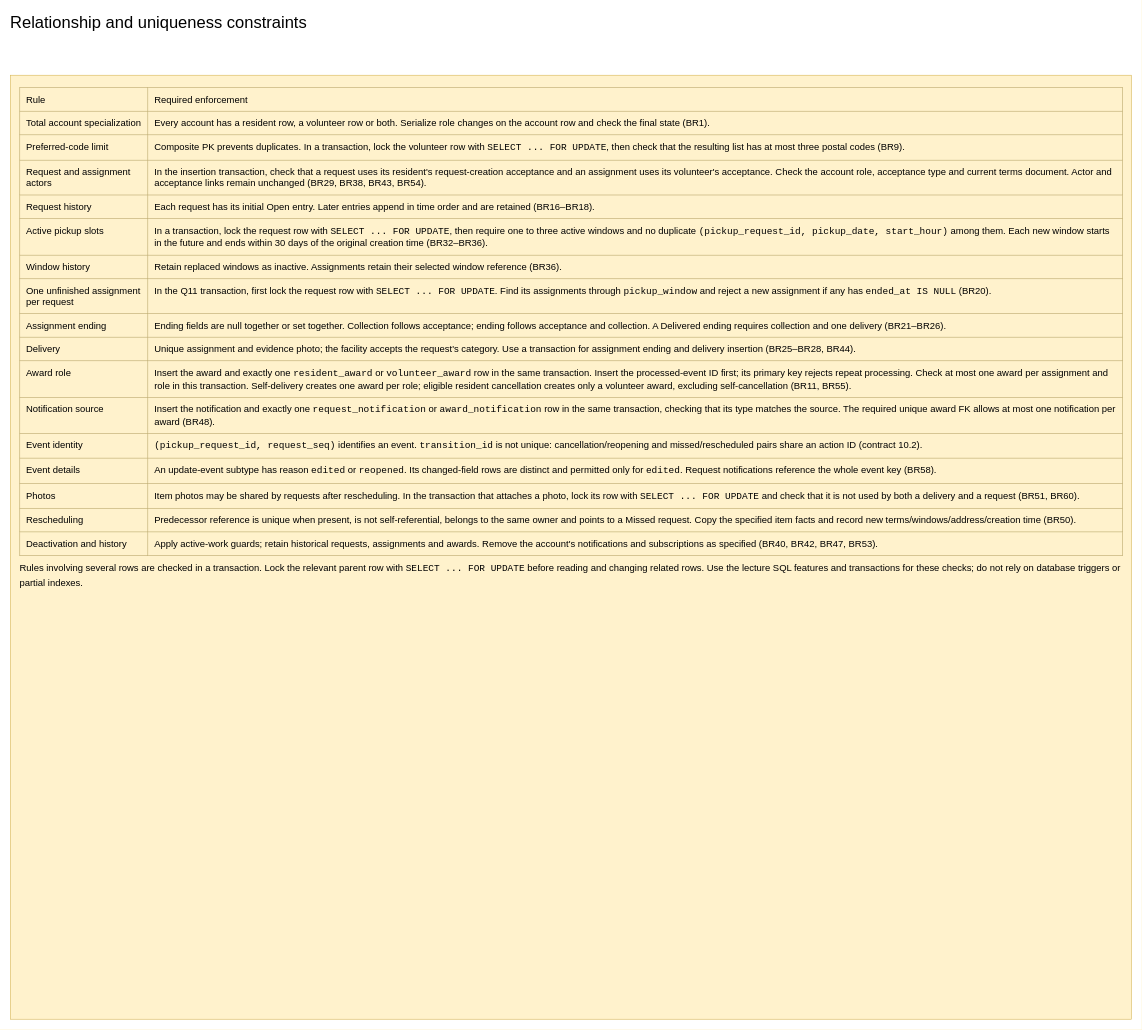
The draw.io diagram page "Relationship and uniqueness constraints" (5 of 6) of docs/Final Submission/ENSF608/2. Logical model/Logical Database Model.drawio in dannydufau/ecocollect, before the edit. Source tidied: cells renumbered, new cells numbered last; positions are measured from the earlier drawing's top-left corner, leaving out a move shared by most shapes. Both pictures are drawn from the tidied source at 59%, with x=0, y=0 at pixel (10, 10).
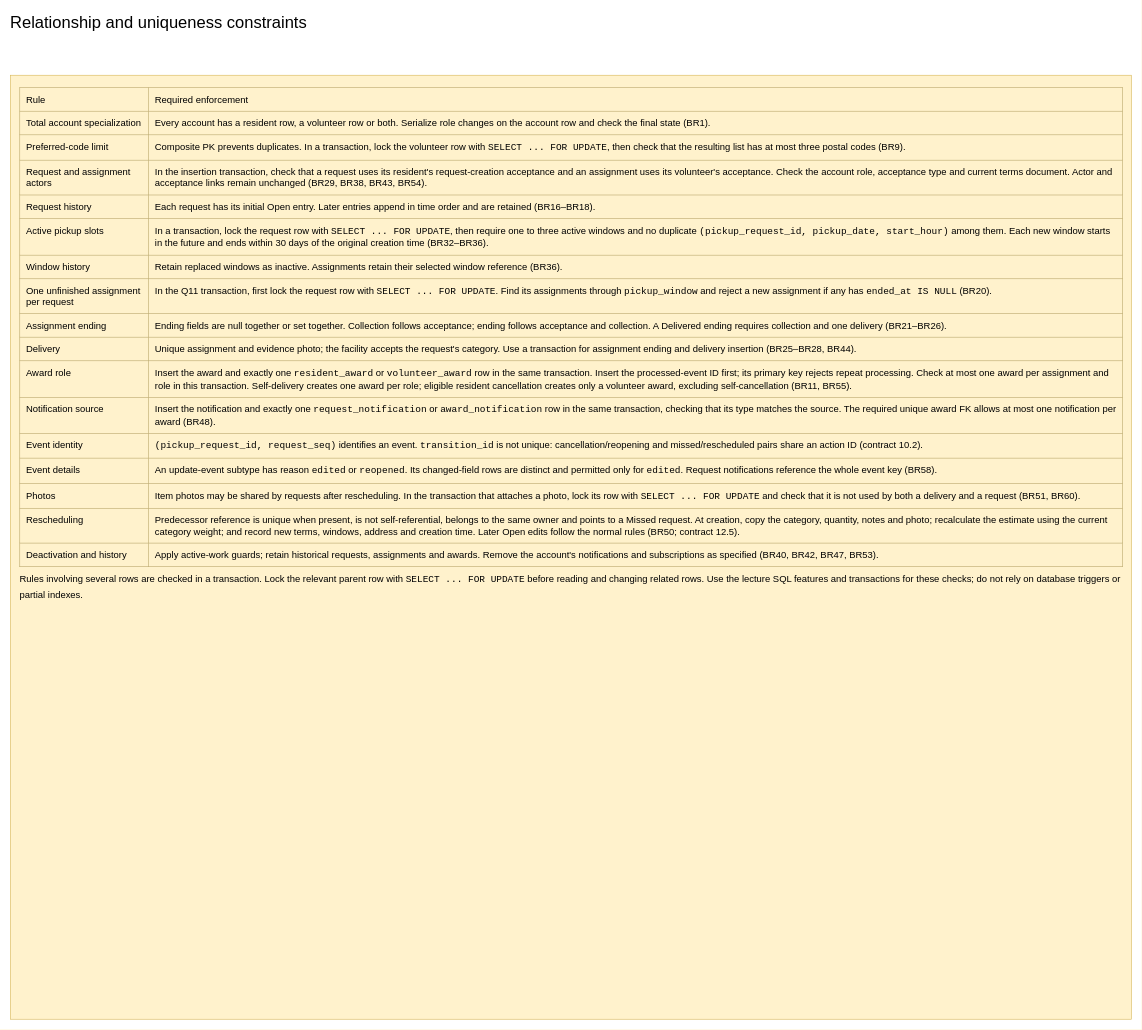
The same diagram, later.

Commit message (it also covers changes not shown here):
docs: align physical checks and evidence with the database contract

What changed in the source:
```diff
@@
 <mxGraphModel>
   <root>
     <mxCell id="0" />
     <mxCell id="1" parent="0" />
     <mxCell id="2" value="Relationship and uniqueness constraints" style="text;html=1;whiteSpace=wrap;align=left;verticalAlign=top;fontFamily=Helvetica;fontSize=28;fontColor=#000000;spacing=0;" parent="1" vertex="1">
       <mxGeometry width="1850" height="70" as="geometry" />
     </mxCell>
-    <mxCell id="3" value="&lt;table style=&quot;width:100%;border-collapse:collapse;font-size:16px&quot;&gt;&lt;tr&gt;&lt;td style=&quot;border:1px solid #b9a76c;padding:10px;vertical-align:top&quot;&gt;Rule&lt;/td&gt;&lt;td style=&quot;border:1px solid #b9a76c;padding:10px;vertical-align:top&quot;&gt;Required enforcement&lt;/td&gt;&lt;/tr&gt;&lt;tr&gt;&lt;td style=&quot;border:1px solid #b9a76c;padding:10px;vertical-align:top&quot;&gt;Total account specialization&lt;/td&gt;&lt;td style=&quot;border:1px solid #b9a76c;padding:10px;vertical-align:top&quot;&gt;Every account has a resident row, a volunteer row or both. Serialize role changes on the account row and check the final state (BR1).&lt;/td&gt;&lt;/tr&gt;&lt;tr&gt;&lt;td style=&quot;border:1px solid #b9a76c;padding:10px;vertical-align:top&quot;&gt;Preferred-code limit&lt;/td&gt;&lt;td style=&quot;border:1px solid #b9a76c;padding:10px;vertical-align:top&quot;&gt;Composite PK prevents duplicates. In a transaction, lock the volunteer row with &lt;code&gt;SELECT ... FOR UPDATE&lt;/code&gt;, then check that the resulting list has at most three postal codes (BR9).&lt;/td&gt;&lt;/tr&gt;&lt;tr&gt;&lt;td style=&quot;border:1px solid #b9a76c;padding:10px;vertical-align:top&quot;&gt;Request and assignment actors&lt;/td&gt;&lt;td style=&quot;border:1px solid #b9a76c;padding:10px;vertical-align:top&quot;&gt;In the insertion transaction, check that a request uses its resident&amp;#x27;s request-creation acceptance and an assignment uses its volunteer&amp;#x27;s acceptance. Check the account role, acceptance type and current terms document. Actor and acceptance links remain unchanged (BR29, BR38, BR43, BR54).&lt;/td&gt;&lt;/tr&gt;&lt;tr&gt;&lt;td style=&quot;border:1px solid #b9a76c;padding:10px;vertical-align:top&quot;&gt;Request history&lt;/td&gt;&lt;td style=&quot;border:1px solid #b9a76c;padding:10px;vertical-align:top&quot;&gt;Each request has its initial Open entry. Later entries append in time order and are retained (BR16–BR18).&lt;/td&gt;&lt;/tr&gt;&lt;tr&gt;&lt;td style=&quot;border:1px solid #b9a76c;padding:10px;vertical-align:top&quot;&gt;Active pickup slots&lt;/td&gt;&lt;td style=&quot;border:1px solid #b9a76c;padding:10px;vertical-align:top&quot;&gt;In a transaction, lock the request row with &lt;code&gt;SELECT ... FOR UPDATE&lt;/code&gt;, then require one to three active windows and no duplicate &lt;code&gt;(pickup_request_id, pickup_date, start_hour)&lt;/code&gt; among them. Each new window starts in the future and ends within 30 days of the original creation time (BR32–BR36).&lt;/td&gt;&lt;/tr&gt;&lt;tr&gt;&lt;td style=&quot;border:1px solid #b9a76c;padding:10px;vertical-align:top&quot;&gt;Window history&lt;/td&gt;&lt;td style=&quot;border:1px solid #b9a76c;padding:10px;vertical-align:top&quot;&gt;Retain replaced windows as inactive. Assignments retain their selected window reference (BR36).&lt;/td&gt;&lt;/tr&gt;&lt;tr&gt;&lt;td style=&quot;border:1px solid #b9a76c;padding:10px;vertical-align:top&quot;&gt;One unfinished assignment per request&lt;/td&gt;&lt;td style=&quot;border:1px solid #b9a76c;padding:10px;vertical-align:top&quot;&gt;In the Q11 transaction, first lock the request row with &lt;code&gt;SELECT ... FOR UPDATE&lt;/code&gt;. Find its assignments through &lt;code&gt;pickup_window&lt;/code&gt; and reject a new assignment if any has &lt;code&gt;ended_at IS NULL&lt;/code&gt; (BR20).&lt;/td&gt;&lt;/tr&gt;&lt;tr&gt;&lt;td style=&quot;border:1px solid #b9a76c;padding:10px;vertical-align:top&quot;&gt;Assignment ending&lt;/td&gt;&lt;td style=&quot;border:1px solid #b9a76c;padding:10px;vertical-align:top&quot;&gt;Ending fields are null together or set together. Collection follows acceptance; ending follows acceptance and collection. A Delivered ending requires collection and one delivery (BR21–BR26).&lt;/td&gt;&lt;/tr&gt;&lt;tr&gt;&lt;td style=&quot;border:1px solid #b9a76c;padding:10px;vertical-align:top&quot;&gt;Delivery&lt;/td&gt;&lt;td style=&quot;border:1px solid #b9a76c;padding:10px;vertical-align:top&quot;&gt;Unique assignment and evidence photo; the facility accepts the request&amp;#x27;s category. Use a transaction for assignment ending and delivery insertion (BR25–BR28, BR44).&lt;/td&gt;&lt;/tr&gt;&lt;tr&gt;&lt;td style=&quot;border:1px solid #b9a76c;padding:10px;vertical-align:top&quot;&gt;Award role&lt;/td&gt;&lt;td style=&quot;border:1px solid #b9a76c;padding:10px;vertical-align:top&quot;&gt;Insert the award and exactly one &lt;code&gt;resident_award&lt;/code&gt; or &lt;code&gt;volunteer_award&lt;/code&gt; row in the same transaction. Insert the processed-event ID first; its primary key rejects repeat processing. Check at most one award per assignment and role in this transaction. Self-delivery creates one award per role; eligible resident cancellation creates only a volunteer award, excluding self-cancellation (BR11, BR55).&lt;/td&gt;&lt;/tr&gt;&lt;tr&gt;&lt;td style=&quot;border:1px solid #b9a76c;padding:10px;vertical-align:top&quot;&gt;Notification source&lt;/td&gt;&lt;td style=&quot;border:1px solid #b9a76c;padding:10px;vertical-align:top&quot;&gt;Insert the notification and exactly one &lt;code&gt;request_notification&lt;/code&gt; or &lt;code&gt;award_notification&lt;/code&gt; row in the same transaction, checking that its type matches the source. The required unique award FK allows at most one notification per award (BR48).&lt;/td&gt;&lt;/tr&gt;&lt;tr&gt;&lt;td style=&quot;border:1px solid #b9a76c;padding:10px;vertical-align:top&quot;&gt;Event identity&lt;/td&gt;&lt;td style=&quot;border:1px solid #b9a76c;padding:10px;vertical-align:top&quot;&gt;&lt;code&gt;(pickup_request_id, request_seq)&lt;/code&gt; identifies an event. &lt;code&gt;transition_id&lt;/code&gt; is not unique: cancellation/reopening and missed/rescheduled pairs share an action ID (contract 10.2).&lt;/td&gt;&lt;/tr&gt;&lt;tr&gt;&lt;td style=&quot;border:1px solid #b9a76c;padding:10px;vertical-align:top&quot;&gt;Event details&lt;/td&gt;&lt;td style=&quot;border:1px solid #b9a76c;padding:10px;vertical-align:top&quot;&gt;An update-event subtype has reason &lt;code&gt;edited&lt;/code&gt; or &lt;code&gt;reopened&lt;/code&gt;. Its changed-field rows are distinct and permitted only for &lt;code&gt;edited&lt;/code&gt;. Request notifications reference the whole event key (BR58).&lt;/td&gt;&lt;/tr&gt;&lt;tr&gt;&lt;td style=&quot;border:1px solid #b9a76c;padding:10px;vertical-align:top&quot;&gt;Photos&lt;/td&gt;&lt;td style=&quot;border:1px solid #b9a76c;padding:10px;vertical-align:top&quot;&gt;Item photos may be shared by requests after rescheduling. In the transaction that attaches a photo, lock its row with &lt;code&gt;SELECT ... FOR UPDATE&lt;/code&gt; and check that it is not used by both a delivery and a request (BR51, BR60).&lt;/td&gt;&lt;/tr&gt;&lt;tr&gt;&lt;td style=&quot;border:1px solid #b9a76c;padding:10px;vertical-align:top&quot;&gt;Rescheduling&lt;/td&gt;&lt;td style=&quot;border:1px solid #b9a76c;padding:10px;vertical-align:top&quot;&gt;Predecessor reference is unique when present, is not self-referential, belongs to the same owner and points to a Missed request. Copy the specified item facts and record new terms/windows/address/creation time (BR50).&lt;/td&gt;&lt;/tr&gt;&lt;tr&gt;&lt;td style=&quot;border:1px solid #b9a76c;padding:10px;vertical-align:top&quot;&gt;Deactivation and history&lt;/td&gt;&lt;td style=&quot;border:1px solid #b9a76c;padding:10px;vertical-align:top&quot;&gt;Apply active-work guards; retain historical requests, assignments and awards. Remove the account&amp;#x27;s notifications and subscriptions as specified (BR40, BR42, BR47, BR53).&lt;/td&gt;&lt;/tr&gt;&lt;/table&gt;&lt;p style=&quot;line-height:1.45;margin:9px 0&quot;&gt;Rules involving several rows are checked in a transaction. Lock the relevant parent row with &lt;code&gt;SELECT ... FOR UPDATE&lt;/code&gt; before reading and changing related rows. Use the lecture SQL features and transactions for these checks; do not rely on database triggers or partial indexes.&lt;/p&gt;" style="whiteSpace=wrap;html=1;fillColor=#fff2cc;strokeColor=#d6b656;align=left;verticalAlign=top;spacing=16;fontFamily=Helvetica;fontSize=16;fontColor=#000000;" parent="1" vertex="1">
+    <mxCell id="3" value="&lt;table style=&quot;width:100%;border-collapse:collapse;font-size:16px&quot;&gt;&lt;tr&gt;&lt;td style=&quot;border:1px solid #b9a76c;padding:10px;vertical-align:top&quot;&gt;Rule&lt;/td&gt;&lt;td style=&quot;border:1px solid #b9a76c;padding:10px;vertical-align:top&quot;&gt;Required enforcement&lt;/td&gt;&lt;/tr&gt;&lt;tr&gt;&lt;td style=&quot;border:1px solid #b9a76c;padding:10px;vertical-align:top&quot;&gt;Total account specialization&lt;/td&gt;&lt;td style=&quot;border:1px solid #b9a76c;padding:10px;vertical-align:top&quot;&gt;Every account has a resident row, a volunteer row or both. Serialize role changes on the account row and check the final state (BR1).&lt;/td&gt;&lt;/tr&gt;&lt;tr&gt;&lt;td style=&quot;border:1px solid #b9a76c;padding:10px;vertical-align:top&quot;&gt;Preferred-code limit&lt;/td&gt;&lt;td style=&quot;border:1px solid #b9a76c;padding:10px;vertical-align:top&quot;&gt;Composite PK prevents duplicates. In a transaction, lock the volunteer row with &lt;code&gt;SELECT ... FOR UPDATE&lt;/code&gt;, then check that the resulting list has at most three postal codes (BR9).&lt;/td&gt;&lt;/tr&gt;&lt;tr&gt;&lt;td style=&quot;border:1px solid #b9a76c;padding:10px;vertical-align:top&quot;&gt;Request and assignment actors&lt;/td&gt;&lt;td style=&quot;border:1px solid #b9a76c;padding:10px;vertical-align:top&quot;&gt;In the insertion transaction, check that a request uses its resident&amp;#x27;s request-creation acceptance and an assignment uses its volunteer&amp;#x27;s acceptance. Check the account role, acceptance type and current terms document. Actor and acceptance links remain unchanged (BR29, BR38, BR43, BR54).&lt;/td&gt;&lt;/tr&gt;&lt;tr&gt;&lt;td style=&quot;border:1px solid #b9a76c;padding:10px;vertical-align:top&quot;&gt;Request history&lt;/td&gt;&lt;td style=&quot;border:1px solid #b9a76c;padding:10px;vertical-align:top&quot;&gt;Each request has its initial Open entry. Later entries append in time order and are retained (BR16–BR18).&lt;/td&gt;&lt;/tr&gt;&lt;tr&gt;&lt;td style=&quot;border:1px solid #b9a76c;padding:10px;vertical-align:top&quot;&gt;Active pickup slots&lt;/td&gt;&lt;td style=&quot;border:1px solid #b9a76c;padding:10px;vertical-align:top&quot;&gt;In a transaction, lock the request row with &lt;code&gt;SELECT ... FOR UPDATE&lt;/code&gt;, then require one to three active windows and no duplicate &lt;code&gt;(pickup_request_id, pickup_date, start_hour)&lt;/code&gt; among them. Each new window starts in the future and ends within 30 days of the original creation time (BR32–BR36).&lt;/td&gt;&lt;/tr&gt;&lt;tr&gt;&lt;td style=&quot;border:1px solid #b9a76c;padding:10px;vertical-align:top&quot;&gt;Window history&lt;/td&gt;&lt;td style=&quot;border:1px solid #b9a76c;padding:10px;vertical-align:top&quot;&gt;Retain replaced windows as inactive. Assignments retain their selected window reference (BR36).&lt;/td&gt;&lt;/tr&gt;&lt;tr&gt;&lt;td style=&quot;border:1px solid #b9a76c;padding:10px;vertical-align:top&quot;&gt;One unfinished assignment per request&lt;/td&gt;&lt;td style=&quot;border:1px solid #b9a76c;padding:10px;vertical-align:top&quot;&gt;In the Q11 transaction, first lock the request row with &lt;code&gt;SELECT ... FOR UPDATE&lt;/code&gt;. Find its assignments through &lt;code&gt;pickup_window&lt;/code&gt; and reject a new assignment if any has &lt;code&gt;ended_at IS NULL&lt;/code&gt; (BR20).&lt;/td&gt;&lt;/tr&gt;&lt;tr&gt;&lt;td style=&quot;border:1px solid #b9a76c;padding:10px;vertical-align:top&quot;&gt;Assignment ending&lt;/td&gt;&lt;td style=&quot;border:1px solid #b9a76c;padding:10px;vertical-align:top&quot;&gt;Ending fields are null together or set together. Collection follows acceptance; ending follows acceptance and collection. A Delivered ending requires collection and one delivery (BR21–BR26).&lt;/td&gt;&lt;/tr&gt;&lt;tr&gt;&lt;td style=&quot;border:1px solid #b9a76c;padding:10px;vertical-align:top&quot;&gt;Delivery&lt;/td&gt;&lt;td style=&quot;border:1px solid #b9a76c;padding:10px;vertical-align:top&quot;&gt;Unique assignment and evidence photo; the facility accepts the request&amp;#x27;s category. Use a transaction for assignment ending and delivery insertion (BR25–BR28, BR44).&lt;/td&gt;&lt;/tr&gt;&lt;tr&gt;&lt;td style=&quot;border:1px solid #b9a76c;padding:10px;vertical-align:top&quot;&gt;Award role&lt;/td&gt;&lt;td style=&quot;border:1px solid #b9a76c;padding:10px;vertical-align:top&quot;&gt;Insert the award and exactly one &lt;code&gt;resident_award&lt;/code&gt; or &lt;code&gt;volunteer_award&lt;/code&gt; row in the same transaction. Insert the processed-event ID first; its primary key rejects repeat processing. Check at most one award per assignment and role in this transaction. Self-delivery creates one award per role; eligible resident cancellation creates only a volunteer award, excluding self-cancellation (BR11, BR55).&lt;/td&gt;&lt;/tr&gt;&lt;tr&gt;&lt;td style=&quot;border:1px solid #b9a76c;padding:10px;vertical-align:top&quot;&gt;Notification source&lt;/td&gt;&lt;td style=&quot;border:1px solid #b9a76c;padding:10px;vertical-align:top&quot;&gt;Insert the notification and exactly one &lt;code&gt;request_notification&lt;/code&gt; or &lt;code&gt;award_notification&lt;/code&gt; row in the same transaction, checking that its type matches the source. The required unique award FK allows at most one notification per award (BR48).&lt;/td&gt;&lt;/tr&gt;&lt;tr&gt;&lt;td style=&quot;border:1px solid #b9a76c;padding:10px;vertical-align:top&quot;&gt;Event identity&lt;/td&gt;&lt;td style=&quot;border:1px solid #b9a76c;padding:10px;vertical-align:top&quot;&gt;&lt;code&gt;(pickup_request_id, request_seq)&lt;/code&gt; identifies an event. &lt;code&gt;transition_id&lt;/code&gt; is not unique: cancellation/reopening and missed/rescheduled pairs share an action ID (contract 10.2).&lt;/td&gt;&lt;/tr&gt;&lt;tr&gt;&lt;td style=&quot;border:1px solid #b9a76c;padding:10px;vertical-align:top&quot;&gt;Event details&lt;/td&gt;&lt;td style=&quot;border:1px solid #b9a76c;padding:10px;vertical-align:top&quot;&gt;An update-event subtype has reason &lt;code&gt;edited&lt;/code&gt; or &lt;code&gt;reopened&lt;/code&gt;. Its changed-field rows are distinct and permitted only for &lt;code&gt;edited&lt;/code&gt;. Request notifications reference the whole event key (BR58).&lt;/td&gt;&lt;/tr&gt;&lt;tr&gt;&lt;td style=&quot;border:1px solid #b9a76c;padding:10px;vertical-align:top&quot;&gt;Photos&lt;/td&gt;&lt;td style=&quot;border:1px solid #b9a76c;padding:10px;vertical-align:top&quot;&gt;Item photos may be shared by requests after rescheduling. In the transaction that attaches a photo, lock its row with &lt;code&gt;SELECT ... FOR UPDATE&lt;/code&gt; and check that it is not used by both a delivery and a request (BR51, BR60).&lt;/td&gt;&lt;/tr&gt;&lt;tr&gt;&lt;td style=&quot;border:1px solid #b9a76c;padding:10px;vertical-align:top&quot;&gt;Rescheduling&lt;/td&gt;&lt;td style=&quot;border:1px solid #b9a76c;padding:10px;vertical-align:top&quot;&gt;Predecessor reference is unique when present, is not self-referential, belongs to the same owner and points to a Missed request. At creation, copy the category, quantity, notes and photo; recalculate the estimate using the current category weight; and record new terms, windows, address and creation time. Later Open edits follow the normal rules (BR50; contract 12.5).&lt;/td&gt;&lt;/tr&gt;&lt;tr&gt;&lt;td style=&quot;border:1px solid #b9a76c;padding:10px;vertical-align:top&quot;&gt;Deactivation and history&lt;/td&gt;&lt;td style=&quot;border:1px solid #b9a76c;padding:10px;vertical-align:top&quot;&gt;Apply active-work guards; retain historical requests, assignments and awards. Remove the account&amp;#x27;s notifications and subscriptions as specified (BR40, BR42, BR47, BR53).&lt;/td&gt;&lt;/tr&gt;&lt;/table&gt;&lt;p style=&quot;line-height:1.45;margin:9px 0&quot;&gt;Rules involving several rows are checked in a transaction. Lock the relevant parent row with &lt;code&gt;SELECT ... FOR UPDATE&lt;/code&gt; before reading and changing related rows. Use the lecture SQL features and transactions for these checks; do not rely on database triggers or partial indexes.&lt;/p&gt;" style="whiteSpace=wrap;html=1;fillColor=#fff2cc;strokeColor=#d6b656;align=left;verticalAlign=top;spacing=16;fontFamily=Helvetica;fontSize=16;fontColor=#000000;" parent="1" vertex="1">
       <mxGeometry y="110" width="1900" height="1600" as="geometry" />
     </mxCell>
   </root>
 </mxGraphModel>
```
